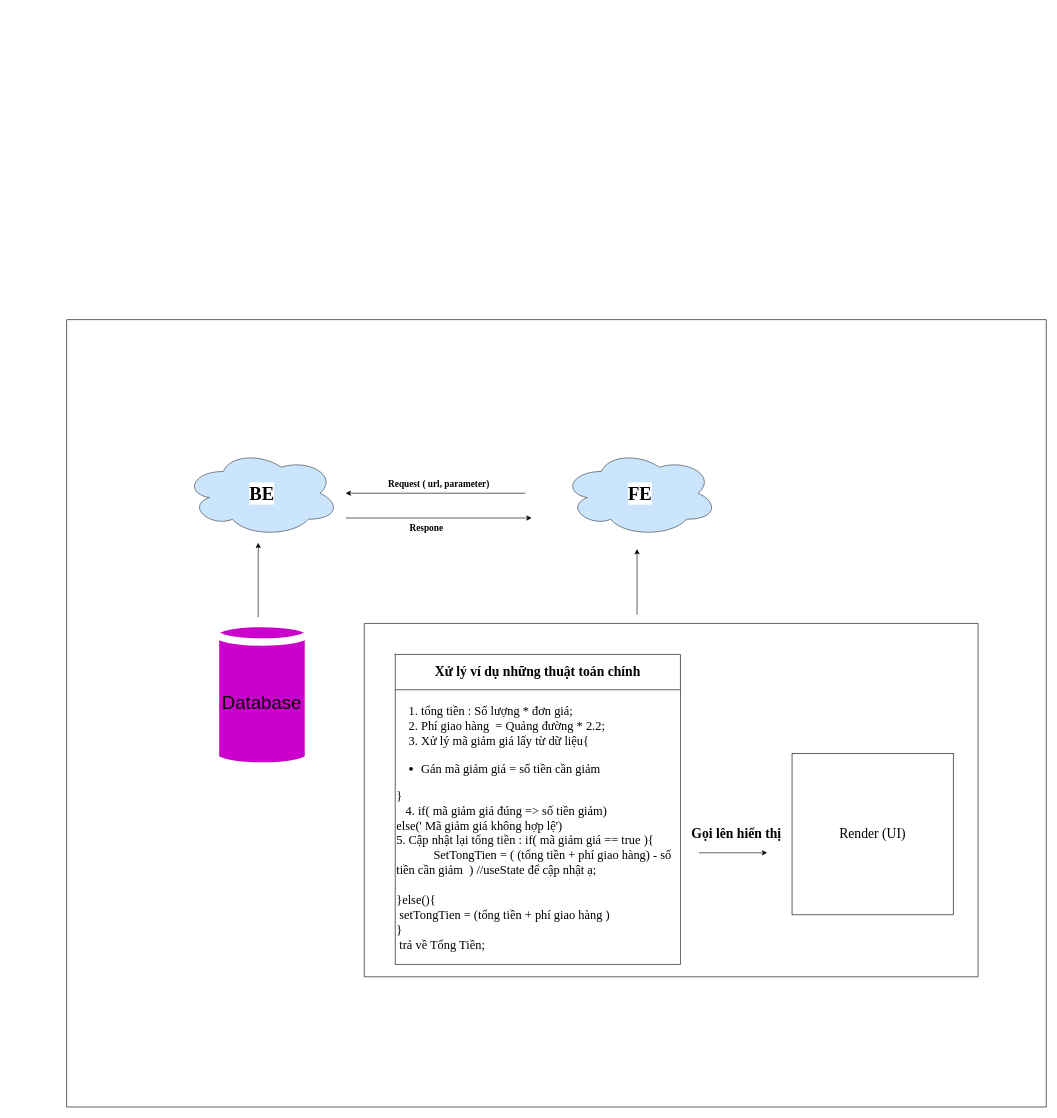
Above: Biểu đồ không có tiêu đề.drawio in alesxanderadam/exercise-patitek (draw.io), before the change. Source tidied: cells renumbered, new cells numbered last; positions are measured from the earlier drawing's top-left corner, leaving out a move shared by most shapes. Both pictures are drawn from the tidied source at 62%, with x=0, y=0 at pixel (66, 319).
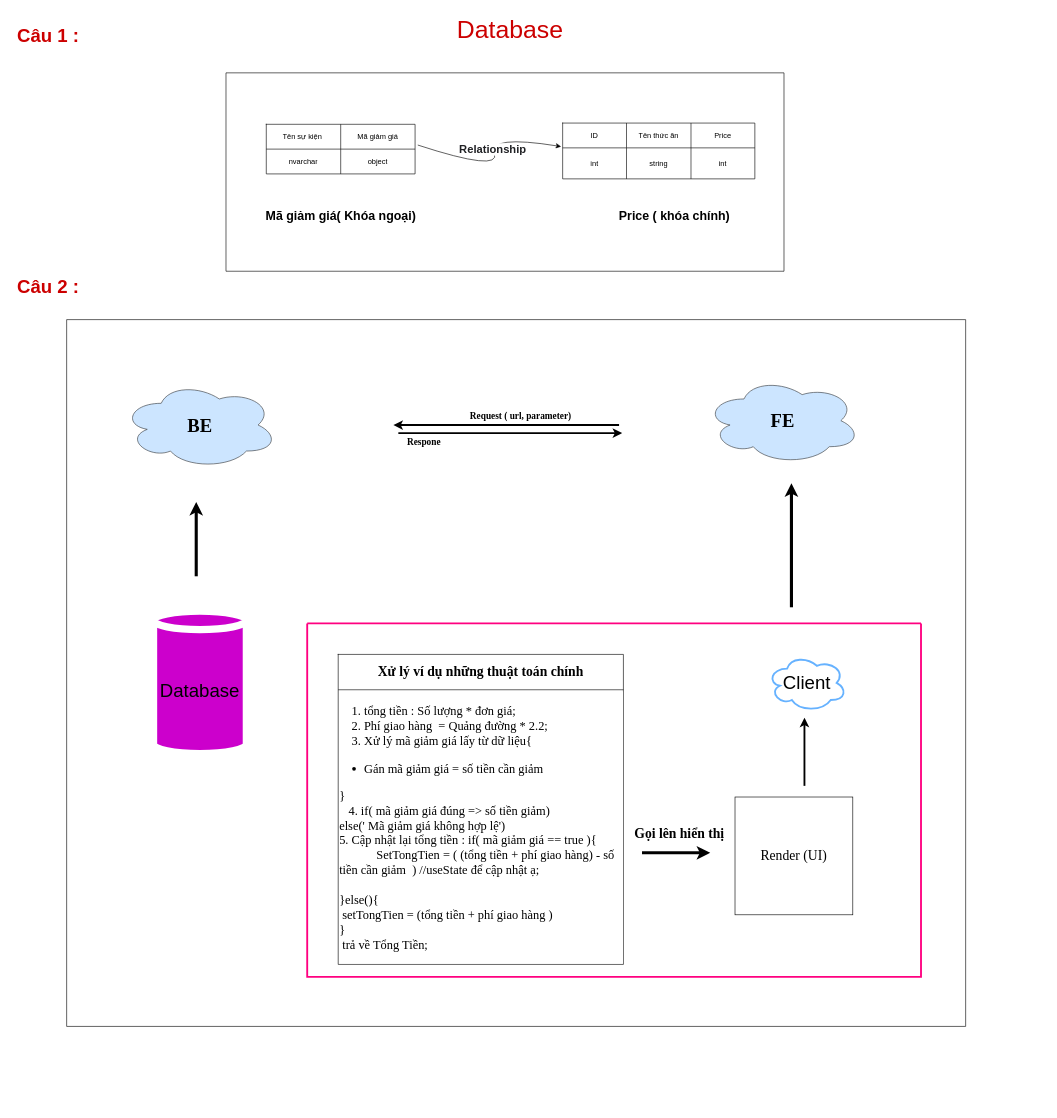
The same diagram, later.

Commit message:
Cập nhật Biểu đồ không có tiêu đề.drawio

Diff of the diagram source:
```diff
@@
     <mxCell id="2" style="swimlane;startSize=0;gradientColor=default;fillColor=none;fontColor=default;labelBorderColor=none;" parent="1" vertex="1">
-      <mxGeometry width="1580" height="1270" as="geometry" />
+      <mxGeometry width="1450" height="1140" as="geometry" />
     </mxCell>
     <mxCell id="3" value="&lt;font style=&quot;font-size: 30px;&quot;&gt;Database&lt;/font&gt;" style="shape=cylinder3;whiteSpace=wrap;html=1;boundedLbl=1;backgroundOutline=1;size=15;labelBackgroundColor=none;strokeColor=#FFFFFF;strokeWidth=12;fontSize=20;fillColor=#CC00CC;" parent="2" vertex="1">
-      <mxGeometry x="240" y="490" width="150" height="230" as="geometry" />
+      <mxGeometry x="140" y="470" width="150" height="230" as="geometry" />
     </mxCell>
-    <mxCell id="4" style="endArrow=classic;html=1;rounded=0;fontSize=30;fontColor=default;verticalAlign=top;" parent="2" edge="1">
+    <mxCell id="4" style="endArrow=classic;html=1;rounded=0;fontSize=30;fontColor=default;verticalAlign=top;strokeWidth=5;" parent="2" edge="1">
       <mxGeometry relative="1" as="geometry">
-        <mxPoint x="309" y="480" as="sourcePoint" />
-        <mxPoint x="309" y="360" as="targetPoint" />
+        <mxPoint x="209" y="414" as="sourcePoint" />
+        <mxPoint x="209" y="294" as="targetPoint" />
         <Array as="points">
-          <mxPoint x="309" y="420" />
+          <mxPoint x="209" y="354" />
         </Array>
       </mxGeometry>
     </mxCell>
-    <mxCell id="5" style="swimlane;startSize=0;labelBackgroundColor=none;strokeColor=default;strokeWidth=1;fontSize=30;fontColor=default;fillColor=#CC00CC;gradientColor=default;" parent="2" vertex="1">
-      <mxGeometry x="480" y="490" width="990" height="570" as="geometry" />
+    <mxCell id="5" style="swimlane;startSize=0;labelBackgroundColor=none;strokeColor=#FF0080;strokeWidth=3;fontSize=30;fontColor=default;fillColor=#CC00CC;gradientColor=default;" parent="2" vertex="1">
+      <mxGeometry x="388" y="490" width="990" height="570" as="geometry" />
     </mxCell>
@@
-    <mxCell id="11" style="endArrow=classic;html=1;rounded=0;fontFamily=Times New Roman;fontSize=22;fontColor=default;" parent="5" edge="1">
+    <mxCell id="11" style="endArrow=classic;html=1;rounded=0;fontFamily=Times New Roman;fontSize=22;fontColor=default;strokeWidth=5;" parent="5" edge="1">
       <mxGeometry relative="1" as="geometry">
         <mxPoint x="540" y="370" as="sourcePoint" />
         <mxPoint x="650" y="370" as="targetPoint" />
       </mxGeometry>
     </mxCell>
     <mxCell id="12" value="Render (UI)" style="whiteSpace=wrap;html=1;labelBackgroundColor=default;labelBorderColor=none;strokeColor=default;strokeWidth=1;fontFamily=Times New Roman;fontSize=22;fontColor=default;fillColor=none;gradientColor=default;" parent="5" vertex="1">
-      <mxGeometry x="690" y="210" width="260" height="260" as="geometry" />
+      <mxGeometry x="690" y="280" width="190" height="190" as="geometry" />
     </mxCell>
@@
+    <mxCell id="21" style="endArrow=classic;html=1;rounded=0;strokeWidth=3;fontSize=30;fontColor=#CC0000;" parent="5" edge="1">
+      <mxGeometry relative="1" as="geometry">
+        <mxPoint x="802" y="262" as="sourcePoint" />
+        <mxPoint x="802" y="152" as="targetPoint" />
+      </mxGeometry>
+    </mxCell>
+    <mxCell id="22" value="Client" style="ellipse;shape=cloud;whiteSpace=wrap;html=1;strokeColor=#66B2FF;strokeWidth=3;fontSize=30;fontColor=#000000;" parent="5" vertex="1">
+      <mxGeometry x="742" y="50" width="128" height="92" as="geometry" />
+    </mxCell>
-    <mxCell id="14" value="&lt;font face=&quot;Times New Roman&quot;&gt;BE&lt;/font&gt;" style="ellipse;shape=cloud;whiteSpace=wrap;html=1;labelBackgroundColor=default;labelBorderColor=none;strokeColor=#36393d;strokeWidth=1;fontSize=30;fillColor=#cce5ff;fontStyle=1;" parent="2" vertex="1">
-      <mxGeometry x="190" y="210" width="250" height="140" as="geometry" />
+    <mxCell id="14" value="&lt;font face=&quot;Times New Roman&quot;&gt;BE&lt;/font&gt;" style="ellipse;shape=cloud;whiteSpace=wrap;html=1;labelBackgroundColor=none;labelBorderColor=none;strokeColor=#36393d;strokeWidth=1;fontSize=30;fillColor=#cce5ff;fontStyle=1;" parent="2" vertex="1">
+      <mxGeometry x="90" y="100" width="250" height="140" as="geometry" />
     </mxCell>
-    <mxCell id="15" value="&lt;font face=&quot;Times New Roman&quot;&gt;FE&lt;/font&gt;" style="ellipse;shape=cloud;whiteSpace=wrap;html=1;labelBackgroundColor=default;labelBorderColor=none;strokeColor=#36393d;strokeWidth=1;fontSize=30;fillColor=#cce5ff;fontStyle=1;" parent="2" vertex="1">
-      <mxGeometry x="800" y="210" width="250" height="140" as="geometry" />
+    <mxCell id="15" value="&lt;font face=&quot;Times New Roman&quot;&gt;FE&lt;/font&gt;" style="ellipse;shape=cloud;whiteSpace=wrap;html=1;labelBackgroundColor=none;labelBorderColor=none;strokeColor=#36393d;strokeWidth=1;fontSize=30;fillColor=#cce5ff;fontStyle=1;" parent="2" vertex="1">
+      <mxGeometry x="1030" y="93" width="250" height="140" as="geometry" />
     </mxCell>
-    <mxCell id="16" style="endArrow=classic;html=1;rounded=0;fontFamily=Times New Roman;fontSize=30;fontColor=default;" parent="2" edge="1">
+    <mxCell id="16" style="endArrow=classic;html=1;rounded=0;fontFamily=Times New Roman;fontSize=30;fontColor=default;strokeWidth=5;" parent="2" edge="1">
       <mxGeometry relative="1" as="geometry">
-        <mxPoint x="920" y="476" as="sourcePoint" />
-        <mxPoint x="920" y="370" as="targetPoint" />
+        <mxPoint x="1169" y="464" as="sourcePoint" />
+        <mxPoint x="1169" y="264" as="targetPoint" />
       </mxGeometry>
     </mxCell>
-    <mxCell id="17" style="endArrow=classic;html=1;rounded=0;fontFamily=Times New Roman;fontSize=30;fontColor=default;" parent="2" edge="1">
+    <mxCell id="17" style="endArrow=classic;html=1;rounded=0;fontFamily=Times New Roman;fontSize=30;fontColor=default;strokeWidth=3;" parent="2" edge="1">
       <mxGeometry relative="1" as="geometry">
-        <mxPoint x="450" y="320" as="sourcePoint" />
-        <mxPoint x="750" y="320" as="targetPoint" />
+        <mxPoint x="535" y="183" as="sourcePoint" />
+        <mxPoint x="896" y="183" as="targetPoint" />
       </mxGeometry>
     </mxCell>
-    <mxCell id="18" style="endArrow=classic;html=1;rounded=0;fontFamily=Times New Roman;fontSize=30;fontColor=default;" parent="2" edge="1">
+    <mxCell id="18" style="endArrow=classic;html=1;rounded=0;fontFamily=Times New Roman;fontSize=30;fontColor=default;strokeWidth=3;" parent="2" edge="1">
       <mxGeometry relative="1" as="geometry">
-        <mxPoint x="740" y="280" as="sourcePoint" />
-        <mxPoint x="450" y="280" as="targetPoint" />
+        <mxPoint x="891" y="170" as="sourcePoint" />
+        <mxPoint x="527" y="170" as="targetPoint" />
       </mxGeometry>
     </mxCell>
-    <mxCell id="19" value="Request ( url, parameter)" style="text;html=1;align=center;verticalAlign=middle;fillColor=none;strokeColor=none;rounded=0;labelBackgroundColor=default;labelBorderColor=none;strokeWidth=1;fontFamily=Times New Roman;fontSize=15;fontColor=default;fontStyle=1;" parent="2" vertex="1">
-      <mxGeometry x="505" y="250" width="190" height="30" as="geometry" />
+    <mxCell id="19" value="Request ( url, parameter)" style="text;html=1;align=center;verticalAlign=middle;fillColor=none;strokeColor=none;rounded=0;labelBackgroundColor=none;labelBorderColor=none;strokeWidth=1;fontFamily=Times New Roman;fontSize=15;fontColor=default;fontStyle=1;" parent="2" vertex="1">
+      <mxGeometry x="637" y="140" width="190" height="30" as="geometry" />
     </mxCell>
     <mxCell id="20" value="Respone" style="text;html=1;align=center;verticalAlign=middle;fillColor=none;strokeColor=none;rounded=0;labelBackgroundColor=default;labelBorderColor=none;strokeWidth=1;fontFamily=Times New Roman;fontSize=15;fontColor=default;rotation=0;fontStyle=1;" parent="2" vertex="1">
-      <mxGeometry x="540" y="320" width="80" height="30" as="geometry" />
+      <mxGeometry x="536" y="182" width="80" height="30" as="geometry" />
     </mxCell>
+    <mxCell id="23" value="Database" style="text;html=1;align=center;verticalAlign=middle;fillColor=none;strokeColor=none;rounded=0;fontSize=40;fontColor=#CC0000;" parent="1" vertex="1">
+      <mxGeometry x="620" y="-498" width="190" height="60" as="geometry" />
+    </mxCell>
+    <mxCell id="24" style="swimlane;startSize=0;fontSize=40;" parent="1" vertex="1">
+      <mxGeometry x="257" y="-398" width="900" height="320" as="geometry" />
+    </mxCell>
+    <mxCell id="25" style="shape=table;startSize=0;childLayout=tableLayout;" parent="24" vertex="1">
+      <mxGeometry x="65" y="83" width="240" height="80" as="geometry" />
+    </mxCell>
+    <mxCell id="26" style="shape=tableRow;horizontal=0;startSize=0;swimlaneHead=0;swimlaneBody=0;top=0;left=0;bottom=0;right=0;fillColor=none;points=[[0,0.5],[1,0.5]];portConstraint=eastwest;" parent="25" vertex="1">
+      <mxGeometry width="240" height="40" as="geometry" />
+    </mxCell>
+    <mxCell id="27" value="Tên sự kiện&lt;span style=&quot;white-space: pre;&quot;&gt; &lt;/span&gt;" style="shape=partialRectangle;html=1;whiteSpace=wrap;overflow=hidden;fillColor=none;top=0;left=0;bottom=0;right=0;" parent="26" vertex="1">
+      <mxGeometry width="120" height="40" as="geometry" />
+    </mxCell>
+    <mxCell id="28" value="Mã giảm giá" style="shape=partialRectangle;html=1;whiteSpace=wrap;overflow=hidden;fillColor=none;top=0;left=0;bottom=0;right=0;" parent="26" vertex="1">
+      <mxGeometry x="120" width="120" height="40" as="geometry" />
+    </mxCell>
+    <mxCell id="29" style="shape=tableRow;horizontal=0;startSize=0;swimlaneHead=0;swimlaneBody=0;top=0;left=0;bottom=0;right=0;fillColor=none;" parent="25" vertex="1">
+      <mxGeometry y="40" width="240" height="40" as="geometry" />
+    </mxCell>
+    <mxCell id="30" value="nvarchar" style="shape=partialRectangle;html=1;whiteSpace=wrap;overflow=hidden;fillColor=none;top=0;left=0;bottom=0;right=0;" parent="29" vertex="1">
+      <mxGeometry width="120" height="40" as="geometry" />
+    </mxCell>
+    <mxCell id="31" value="object" style="shape=partialRectangle;html=1;whiteSpace=wrap;overflow=hidden;fillColor=none;top=0;left=0;bottom=0;right=0;" parent="29" vertex="1">
+      <mxGeometry x="120" width="120" height="40" as="geometry" />
+    </mxCell>
+    <mxCell id="32" style="shape=table;startSize=0;childLayout=tableLayout;" parent="24" vertex="1">
+      <mxGeometry x="543" y="81" width="310" height="90" as="geometry" />
+    </mxCell>
+    <mxCell id="33" style="shape=tableRow;horizontal=0;startSize=0;swimlaneHead=0;swimlaneBody=0;top=0;left=0;bottom=0;right=0;fillColor=none;" parent="32" vertex="1">
+      <mxGeometry width="310" height="40" as="geometry" />
+    </mxCell>
+    <mxCell id="34" value="ID" style="shape=partialRectangle;html=1;whiteSpace=wrap;overflow=hidden;fillColor=none;top=0;left=0;bottom=0;right=0;" parent="33" vertex="1">
+      <mxGeometry width="103" height="40" as="geometry" />
+    </mxCell>
+    <mxCell id="35" value="Tên thức ăn" style="shape=partialRectangle;html=1;whiteSpace=wrap;overflow=hidden;fillColor=none;top=0;left=0;bottom=0;right=0;" parent="33" vertex="1">
+      <mxGeometry x="103" width="104" height="40" as="geometry" />
+    </mxCell>
+    <mxCell id="36" value="Price" style="shape=partialRectangle;html=1;whiteSpace=wrap;overflow=hidden;fillColor=none;top=0;left=0;bottom=0;right=0;" parent="33" vertex="1">
+      <mxGeometry x="207" width="103" height="40" as="geometry" />
+    </mxCell>
+    <mxCell id="37" style="shape=tableRow;horizontal=0;startSize=0;swimlaneHead=0;swimlaneBody=0;top=0;left=0;bottom=0;right=0;fillColor=none;points=[[0,0.5],[1,0.5]];portConstraint=eastwest;" parent="32" vertex="1">
+      <mxGeometry y="40" width="310" height="50" as="geometry" />
+    </mxCell>
+    <mxCell id="38" value="int" style="shape=partialRectangle;html=1;whiteSpace=wrap;overflow=hidden;fillColor=none;top=0;left=0;bottom=0;right=0;" parent="37" vertex="1">
+      <mxGeometry width="103" height="50" as="geometry" />
+    </mxCell>
+    <mxCell id="39" value="string" style="shape=partialRectangle;html=1;whiteSpace=wrap;overflow=hidden;fillColor=none;top=0;left=0;bottom=0;right=0;" parent="37" vertex="1">
+      <mxGeometry x="103" width="104" height="50" as="geometry" />
+    </mxCell>
+    <mxCell id="40" value="int" style="shape=partialRectangle;html=1;whiteSpace=wrap;overflow=hidden;fillColor=none;top=0;left=0;bottom=0;right=0;" parent="37" vertex="1">
+      <mxGeometry x="207" width="103" height="50" as="geometry" />
+    </mxCell>
+    <mxCell id="41" style="curved=1;endArrow=classic;html=1;rounded=0;fontSize=40;entryX=-0.008;entryY=-0.042;entryDx=0;entryDy=0;entryPerimeter=0;exitX=1.018;exitY=0.836;exitDx=0;exitDy=0;exitPerimeter=0;" parent="24" edge="1" source="26" target="37">
+      <mxGeometry relative="1" as="geometry">
+        <Array as="points">
+          <mxPoint x="443" y="160" />
+          <mxPoint x="423" y="100" />
+        </Array>
+      </mxGeometry>
+    </mxCell>
+    <mxCell id="42" value="&lt;b style=&quot;color: rgb(32, 33, 36); font-family: arial, sans-serif; font-size: 18px; text-align: left; background-color: rgb(255, 255, 255);&quot;&gt;Relationship&lt;/b&gt;" style="text;html=1;align=center;verticalAlign=middle;fillColor=none;strokeColor=none;rounded=0;fontSize=18;" parent="24" vertex="1">
+      <mxGeometry x="365" y="104" width="130" height="40" as="geometry" />
+    </mxCell>
+    <mxCell id="43" value="Mã giảm giá( Khóa ngoại)" style="text;html=1;align=center;verticalAlign=middle;fillColor=none;strokeColor=none;rounded=0;fontStyle=1;spacing=1;fontSize=20;" parent="24" vertex="1">
+      <mxGeometry x="55" y="210" width="260" height="40" as="geometry" />
+    </mxCell>
+    <mxCell id="44" value="Price ( khóa chính)" style="text;html=1;align=center;verticalAlign=middle;fillColor=none;strokeColor=none;rounded=0;fontStyle=1;fontSize=20;" parent="24" vertex="1">
+      <mxGeometry x="623" y="210" width="200" height="40" as="geometry" />
+    </mxCell>
+    <mxCell id="45" value="Câu 1 :" style="text;html=1;align=center;verticalAlign=middle;fillColor=none;strokeColor=none;rounded=0;fontSize=30;fontColor=#CC0000;fontStyle=1;" parent="1" vertex="1">
+      <mxGeometry x="-90" y="-483" width="120" height="50" as="geometry" />
+    </mxCell>
+    <mxCell id="46" value="Câu 2 :" style="text;html=1;align=center;verticalAlign=middle;fillColor=none;strokeColor=none;rounded=0;fontSize=30;fontColor=#CC0000;fontStyle=1;" parent="1" vertex="1">
+      <mxGeometry x="-90" y="-78" width="120" height="50" as="geometry" />
+    </mxCell>
```
